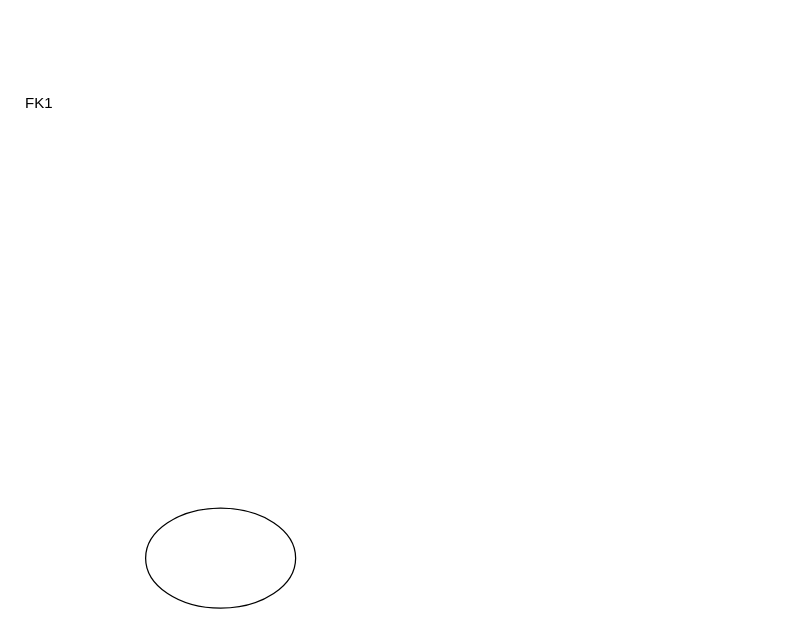
Above: Untitled Diagram.drawio in CS4400-Spring-2023-Team-1/CS4400-Project (draw.io), before the change. Source tidied: cells renumbered, new cells numbered last; positions are measured from the earlier drawing's top-left corner, leaving out a move shared by most shapes. Both pictures are drawn from the tidied source at 125%, with x=0, y=0 at pixel (20, 82).
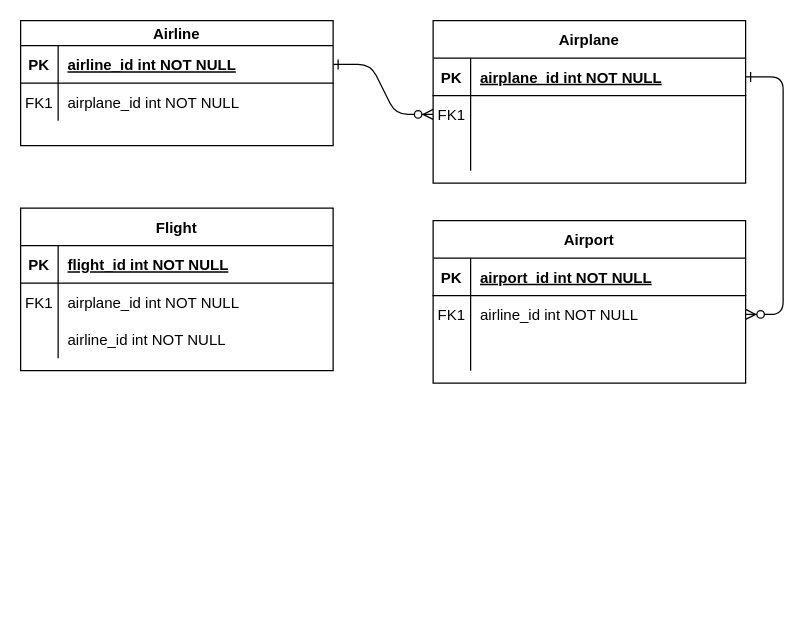
The same page after the edit.

The edit, as a diff of the source:
```diff
@@
-    <mxCell id="2" style="ellipse;whiteSpace=wrap;html=1;" parent="1" vertex="1">
-      <mxGeometry x="100" y="340" width="120" height="80" as="geometry" />
-    </mxCell>
+    <mxCell id="4" style="edgeStyle=entityRelationEdgeStyle;endArrow=ERzeroToMany;startArrow=ERone;endFill=1;startFill=0;" parent="1" edge="1" source="27" target="10">
+      <mxGeometry relative="1" as="geometry" />
+    </mxCell>
+    <mxCell id="5" style="edgeStyle=entityRelationEdgeStyle;endArrow=ERzeroToMany;startArrow=ERone;endFill=1;startFill=0;" parent="1" edge="1" source="7" target="20">
+      <mxGeometry relative="1" as="geometry" />
+    </mxCell>
+    <mxCell id="6" value="Airplane" style="shape=table;startSize=30;childLayout=tableLayout;rowLines=0;fontStyle=1;align=center;" parent="1" vertex="1">
+      <mxGeometry x="330" y="-50" width="250" height="130" as="geometry" />
+    </mxCell>
+    <mxCell id="7" style="shape=partialRectangle;fillColor=none;points=[[0,0.5],[1,0.5]];portConstraint=eastwest;top=0;left=0;right=0;bottom=1;" parent="6" vertex="1">
+      <mxGeometry y="30" width="250" height="30" as="geometry" />
+    </mxCell>
+    <mxCell id="8" value="PK" style="shape=partialRectangle;overflow=hidden;fillColor=none;top=0;left=0;bottom=0;right=0;fontStyle=1;" parent="7" vertex="1">
+      <mxGeometry width="30" height="30" as="geometry" />
+    </mxCell>
+    <mxCell id="9" value="airplane_id int NOT NULL " style="shape=partialRectangle;overflow=hidden;fillColor=none;top=0;left=0;bottom=0;right=0;align=left;spacingLeft=6;fontStyle=5;" parent="7" vertex="1">
+      <mxGeometry x="30" width="220" height="30" as="geometry" />
+    </mxCell>
+    <mxCell id="10" style="shape=partialRectangle;fillColor=none;points=[[0,0.5],[1,0.5]];portConstraint=eastwest;top=0;left=0;right=0;bottom=0;" parent="6" vertex="1">
+      <mxGeometry y="60" width="250" height="30" as="geometry" />
+    </mxCell>
+    <mxCell id="11" value="FK1" style="shape=partialRectangle;overflow=hidden;fillColor=none;top=0;left=0;bottom=0;right=0;" parent="10" vertex="1">
+      <mxGeometry width="30" height="30" as="geometry" />
+    </mxCell>
+    <mxCell id="12" style="shape=partialRectangle;overflow=hidden;fillColor=none;top=0;left=0;bottom=0;right=0;align=left;spacingLeft=6;" parent="10" vertex="1">
+      <mxGeometry x="30" width="220" height="30" as="geometry" />
+    </mxCell>
+    <mxCell id="13" style="shape=partialRectangle;fillColor=none;top=0;left=0;right=0;bottom=0;" parent="6" vertex="1">
+      <mxGeometry y="90" width="250" height="30" as="geometry" />
+    </mxCell>
+    <mxCell id="14" style="shape=partialRectangle;overflow=hidden;fillColor=none;top=0;left=0;bottom=0;right=0;" parent="13" vertex="1">
+      <mxGeometry width="30" height="30" as="geometry" />
+    </mxCell>
+    <mxCell id="15" style="shape=partialRectangle;overflow=hidden;fillColor=none;top=0;left=0;bottom=0;right=0;align=left;spacingLeft=6;" parent="13" vertex="1">
+      <mxGeometry x="30" width="220" height="30" as="geometry" />
+    </mxCell>
+    <mxCell id="16" value="Airport" style="shape=table;startSize=30;childLayout=tableLayout;rowLines=0;fontStyle=1;align=center;" parent="1" vertex="1">
+      <mxGeometry x="330" y="110" width="250" height="130" as="geometry" />
+    </mxCell>
+    <mxCell id="17" style="shape=partialRectangle;fillColor=none;top=0;left=0;right=0;bottom=1;" parent="16" vertex="1">
+      <mxGeometry y="30" width="250" height="30" as="geometry" />
+    </mxCell>
+    <mxCell id="18" value="PK" style="shape=partialRectangle;overflow=hidden;fillColor=none;top=0;left=0;bottom=0;right=0;fontStyle=1;" parent="17" vertex="1">
+      <mxGeometry width="30" height="30" as="geometry" />
+    </mxCell>
+    <mxCell id="19" value="airport_id int NOT NULL " style="shape=partialRectangle;overflow=hidden;fillColor=none;top=0;left=0;bottom=0;right=0;align=left;spacingLeft=6;fontStyle=5;" parent="17" vertex="1">
+      <mxGeometry x="30" width="220" height="30" as="geometry" />
+    </mxCell>
+    <mxCell id="20" style="shape=partialRectangle;fillColor=none;points=[[0,0.5],[1,0.5]];portConstraint=eastwest;top=0;left=0;right=0;bottom=0;" parent="16" vertex="1">
+      <mxGeometry y="60" width="250" height="30" as="geometry" />
+    </mxCell>
+    <mxCell id="21" value="FK1" style="shape=partialRectangle;overflow=hidden;fillColor=none;top=0;left=0;bottom=0;right=0;" parent="20" vertex="1">
+      <mxGeometry width="30" height="30" as="geometry" />
+    </mxCell>
+    <mxCell id="22" value="airline_id int NOT NULL" style="shape=partialRectangle;overflow=hidden;fillColor=none;top=0;left=0;bottom=0;right=0;align=left;spacingLeft=6;" parent="20" vertex="1">
+      <mxGeometry x="30" width="220" height="30" as="geometry" />
+    </mxCell>
+    <mxCell id="23" style="shape=partialRectangle;fillColor=none;top=0;left=0;right=0;bottom=0;" parent="16" vertex="1">
+      <mxGeometry y="90" width="250" height="30" as="geometry" />
+    </mxCell>
+    <mxCell id="24" style="shape=partialRectangle;overflow=hidden;fillColor=none;top=0;left=0;bottom=0;right=0;" parent="23" vertex="1">
+      <mxGeometry width="30" height="30" as="geometry" />
+    </mxCell>
+    <mxCell id="25" style="shape=partialRectangle;overflow=hidden;fillColor=none;top=0;left=0;bottom=0;right=0;align=left;spacingLeft=6;" parent="23" vertex="1">
+      <mxGeometry x="30" width="220" height="30" as="geometry" />
+    </mxCell>
+    <mxCell id="26" value="Airline" style="shape=table;startSize=20;childLayout=tableLayout;rowLines=0;fontStyle=1;align=center;" parent="1" vertex="1">
+      <mxGeometry y="-50" width="250" height="100" as="geometry" />
+    </mxCell>
+    <mxCell id="27" style="shape=partialRectangle;fillColor=none;points=[[0,0.5],[1,0.5]];portConstraint=eastwest;top=0;left=0;right=0;bottom=1;" parent="26" vertex="1">
+      <mxGeometry y="20" width="250" height="30" as="geometry" />
+    </mxCell>
+    <mxCell id="28" value="PK" style="shape=partialRectangle;overflow=hidden;fillColor=none;top=0;left=0;bottom=0;right=0;fontStyle=1;" parent="27" vertex="1">
+      <mxGeometry width="30" height="30" as="geometry" />
+    </mxCell>
+    <mxCell id="29" value="airline_id int NOT NULL" style="shape=partialRectangle;overflow=hidden;fillColor=none;top=0;left=0;bottom=0;right=0;align=left;spacingLeft=6;fontStyle=5;" parent="27" vertex="1">
+      <mxGeometry x="30" width="220" height="30" as="geometry" />
+    </mxCell>
+    <mxCell id="30" style="shape=partialRectangle;fillColor=none;top=0;left=0;right=0;bottom=0;" parent="26" vertex="1">
+      <mxGeometry y="50" width="250" height="30" as="geometry" />
+    </mxCell>
+    <mxCell id="31" style="shape=partialRectangle;overflow=hidden;fillColor=none;top=0;left=0;bottom=0;right=0;" parent="30" vertex="1">
+      <mxGeometry width="30" height="30" as="geometry" />
+    </mxCell>
+    <mxCell id="32" value="airplane_id int NOT NULL" style="shape=partialRectangle;overflow=hidden;fillColor=none;top=0;left=0;bottom=0;right=0;align=left;spacingLeft=6;" parent="30" vertex="1">
+      <mxGeometry x="30" width="220" height="30" as="geometry" />
+    </mxCell>
@@
+    <mxCell id="33" value="Flight" style="shape=table;startSize=30;childLayout=tableLayout;rowLines=0;fontStyle=1;align=center;" parent="1" vertex="1">
+      <mxGeometry y="100" width="250" height="130" as="geometry" />
+    </mxCell>
+    <mxCell id="34" style="shape=partialRectangle;fillColor=none;top=0;left=0;right=0;bottom=1;" parent="33" vertex="1">
+      <mxGeometry y="30" width="250" height="30" as="geometry" />
+    </mxCell>
+    <mxCell id="35" value="PK" style="shape=partialRectangle;overflow=hidden;fillColor=none;top=0;left=0;bottom=0;right=0;fontStyle=1;" parent="34" vertex="1">
+      <mxGeometry width="30" height="30" as="geometry" />
+    </mxCell>
+    <mxCell id="36" value="flight_id int NOT NULL" style="shape=partialRectangle;overflow=hidden;fillColor=none;top=0;left=0;bottom=0;right=0;align=left;spacingLeft=6;fontStyle=5;" parent="34" vertex="1">
+      <mxGeometry x="30" width="220" height="30" as="geometry" />
+    </mxCell>
+    <mxCell id="37" style="shape=partialRectangle;fillColor=none;top=0;left=0;right=0;bottom=0;" parent="33" vertex="1">
+      <mxGeometry y="60" width="250" height="30" as="geometry" />
+    </mxCell>
+    <mxCell id="38" value="FK1" style="shape=partialRectangle;overflow=hidden;fillColor=none;top=0;left=0;bottom=0;right=0;" parent="37" vertex="1">
+      <mxGeometry width="30" height="30" as="geometry" />
+    </mxCell>
+    <mxCell id="39" value="airplane_id int NOT NULL" style="shape=partialRectangle;overflow=hidden;fillColor=none;top=0;left=0;bottom=0;right=0;align=left;spacingLeft=6;" parent="37" vertex="1">
+      <mxGeometry x="30" width="220" height="30" as="geometry" />
+    </mxCell>
+    <mxCell id="40" style="shape=partialRectangle;fillColor=none;top=0;left=0;right=0;bottom=0;" parent="33" vertex="1">
+      <mxGeometry y="90" width="250" height="30" as="geometry" />
+    </mxCell>
+    <mxCell id="41" style="shape=partialRectangle;overflow=hidden;fillColor=none;top=0;left=0;bottom=0;right=0;" parent="40" vertex="1">
+      <mxGeometry width="30" height="30" as="geometry" />
+    </mxCell>
+    <mxCell id="42" value="airline_id int NOT NULL" style="shape=partialRectangle;overflow=hidden;fillColor=none;top=0;left=0;bottom=0;right=0;align=left;spacingLeft=6;" parent="40" vertex="1">
+      <mxGeometry x="30" width="220" height="30" as="geometry" />
+    </mxCell>
```
